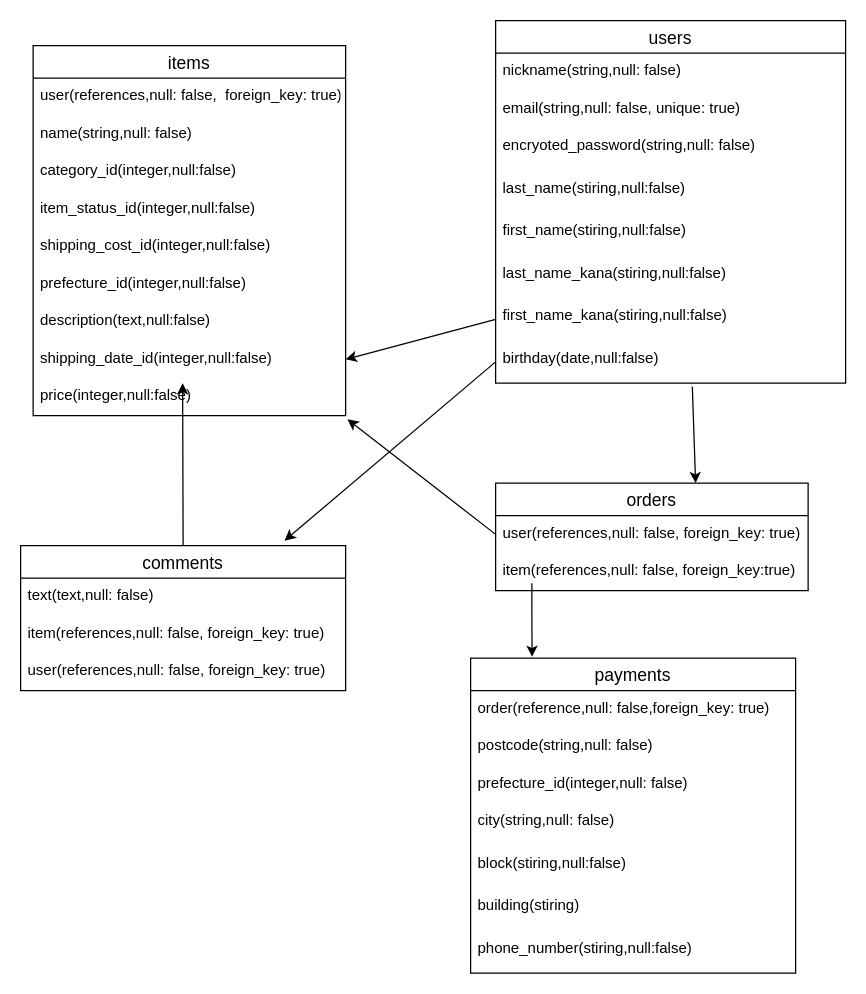
Before: er.dio in Sanaroom/furima-40585a, a draw.io diagram. Source tidied: cells renumbered, new cells numbered last; positions are measured from the earlier drawing's top-left corner, leaving out a move shared by most shapes. Both pictures are drawn from the tidied source at 125%, with x=0, y=0 at pixel (20, 20).
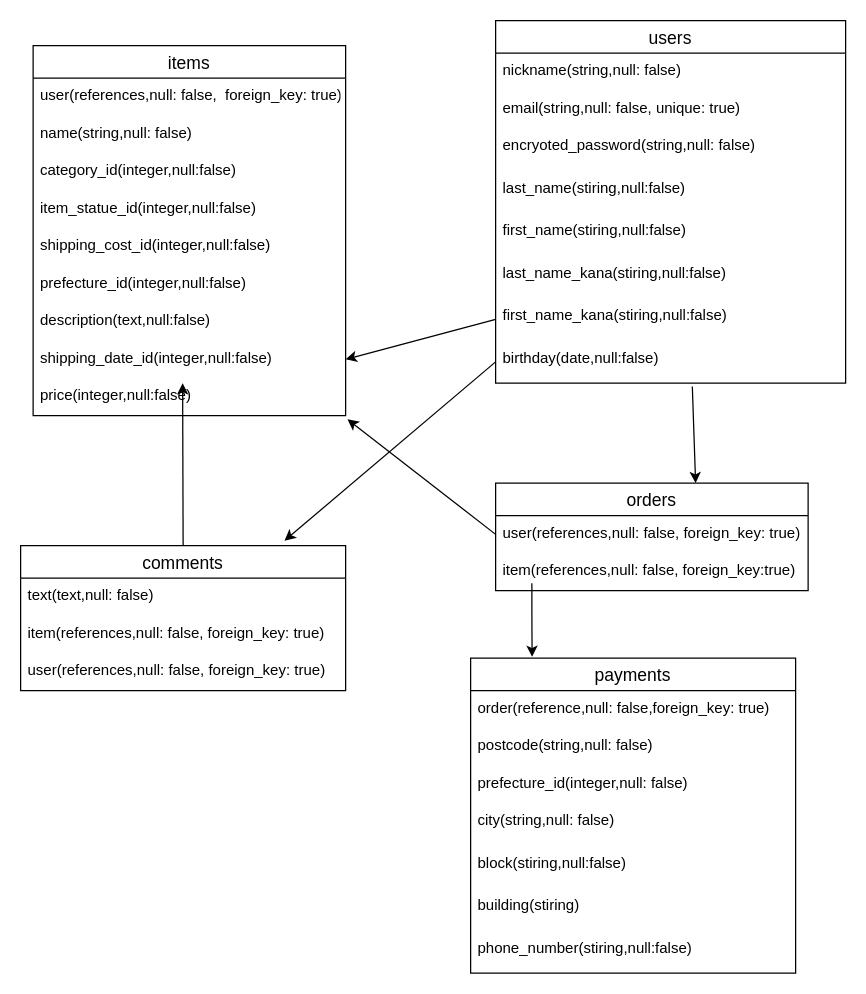
Above is the later version.

Unchanged cells that the change refers to:
```xml
<mxCell id="11" value="items" style="swimlane;fontStyle=0;horizontal=1;startSize=26;align=center;fontSize=14;" parent="1" vertex="1">
  <mxGeometry x="10" y="20" width="250" height="296" as="geometry" />
</mxCell>
```

Change to the diagram source:
```diff
@@
-    <mxCell id="15" value="item_status_id(integer,null:false)" style="text;strokeColor=none;fillColor=none;spacingLeft=4;spacingRight=4;overflow=hidden;fontSize=12;" parent="11" vertex="1">
+    <mxCell id="15" value="item_statue_id(integer,null:false)" style="text;strokeColor=none;fillColor=none;spacingLeft=4;spacingRight=4;overflow=hidden;fontSize=12;" parent="11" vertex="1">
       <mxGeometry y="116" width="250" height="30" as="geometry" />
     </mxCell>
```
